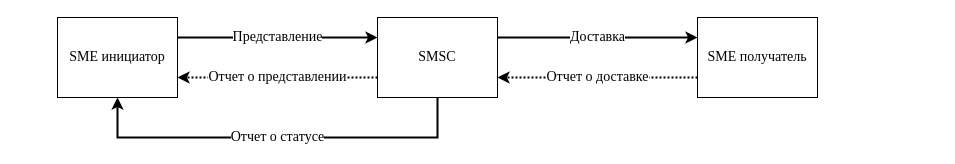
PavelKozlov1983/PavelKozlov1983 keeps this draw.io diagram as этапы передачи смс.drawio. Above is the earlier version. Source tidied: cells renumbered, new cells numbered last; positions are measured from the earlier drawing's top-left corner, leaving out a move shared by most shapes. Both pictures are drawn from the tidied source at 100%, with x=0, y=0 at pixel (57, 17).
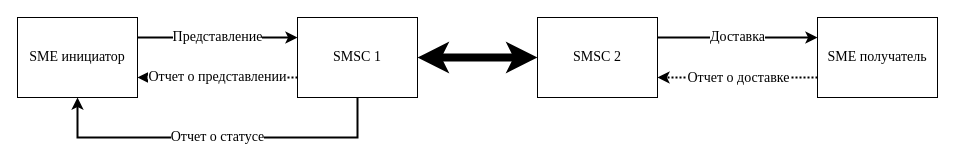
The same diagram, later.

Change to the diagram source:
```diff
@@
 <mxGraphModel>
   <root>
     <mxCell id="0" />
     <mxCell id="1" parent="0" />
     <mxCell id="2" value="SME инициатор" style="rounded=0;whiteSpace=wrap;html=1;fontFamily=Times New Roman;fontSize=14;" parent="1" vertex="1">
-      <mxGeometry width="120" height="80" as="geometry" />
+      <mxGeometry x="-40" width="120" height="80" as="geometry" />
     </mxCell>
     <mxCell id="3" value="Отчет о представлении" style="edgeStyle=orthogonalEdgeStyle;rounded=0;jettySize=auto;html=1;exitX=0;exitY=0.75;exitDx=0;exitDy=0;entryX=1;entryY=0.75;entryDx=0;entryDy=0;strokeWidth=2;fontFamily=Times New Roman;fontSize=14;dashed=1;dashPattern=1 1;" parent="1" edge="1" source="5" target="2">
       <mxGeometry relative="1" as="geometry" />
     </mxCell>
     <mxCell id="4" value="Отчет о статусе" style="edgeStyle=orthogonalEdgeStyle;rounded=0;jettySize=auto;html=1;exitX=0.5;exitY=1;exitDx=0;exitDy=0;entryX=0.5;entryY=1;entryDx=0;entryDy=0;strokeWidth=2;fontFamily=Times New Roman;fontSize=14;" parent="1" edge="1" source="5" target="2">
       <mxGeometry relative="1" as="geometry">
         <Array as="points">
-          <mxPoint x="380" y="120" />
+          <mxPoint x="280" y="120" />
           <mxPoint x="60" y="120" />
         </Array>
       </mxGeometry>
     </mxCell>
-    <mxCell id="5" value="SMSC" style="rounded=0;whiteSpace=wrap;html=1;fontFamily=Times New Roman;fontSize=14;" parent="1" vertex="1">
-      <mxGeometry x="320" width="120" height="80" as="geometry" />
+    <mxCell id="5" value="SMSC 1" style="rounded=0;whiteSpace=wrap;html=1;fontFamily=Times New Roman;fontSize=14;" parent="1" vertex="1">
+      <mxGeometry x="240" width="120" height="80" as="geometry" />
     </mxCell>
-    <mxCell id="6" value="Отчет о доставке" style="edgeStyle=orthogonalEdgeStyle;rounded=0;jettySize=auto;html=1;exitX=0;exitY=0.75;exitDx=0;exitDy=0;entryX=1;entryY=0.75;entryDx=0;entryDy=0;dashed=1;dashPattern=1 1;strokeWidth=2;fontFamily=Times New Roman;fontSize=14;" parent="1" edge="1" source="7" target="5">
-      <mxGeometry relative="1" as="geometry" />
+    <mxCell id="6" value="Отчет о доставке" style="edgeStyle=orthogonalEdgeStyle;rounded=0;jettySize=auto;html=1;exitX=0;exitY=0.75;exitDx=0;exitDy=0;dashed=1;dashPattern=1 1;strokeWidth=2;fontFamily=Times New Roman;fontSize=14;" parent="1" edge="1" source="7">
+      <mxGeometry relative="1" as="geometry">
+        <mxPoint x="600" y="60" as="targetPoint" />
+      </mxGeometry>
     </mxCell>
     <mxCell id="7" value="SME получатель" style="rounded=0;whiteSpace=wrap;html=1;fontFamily=Times New Roman;fontSize=14;" parent="1" vertex="1">
-      <mxGeometry x="640" width="120" height="80" as="geometry" />
+      <mxGeometry x="760" width="120" height="80" as="geometry" />
     </mxCell>
     <mxCell id="8" value="Представление" style="endArrow=classic;html=1;rounded=0;strokeWidth=2;fontFamily=Times New Roman;fontSize=14;exitX=1;exitY=0.25;exitDx=0;exitDy=0;entryX=0;entryY=0.25;entryDx=0;entryDy=0;" parent="1" edge="1" source="2" target="5">
       <mxGeometry relative="1" as="geometry" />
     </mxCell>
-    <mxCell id="9" value="Доставка" style="endArrow=classic;html=1;rounded=0;strokeWidth=2;fontFamily=Times New Roman;fontSize=14;entryX=0;entryY=0.25;entryDx=0;entryDy=0;exitX=1;exitY=0.25;exitDx=0;exitDy=0;" parent="1" edge="1" source="5" target="7">
-      <mxGeometry relative="1" as="geometry" />
+    <mxCell id="9" value="Доставка" style="endArrow=classic;html=1;rounded=0;strokeWidth=2;fontFamily=Times New Roman;fontSize=14;entryX=0;entryY=0.25;entryDx=0;entryDy=0;" parent="1" edge="1" target="7">
+      <mxGeometry relative="1" as="geometry">
+        <mxPoint x="600" y="20" as="sourcePoint" />
+      </mxGeometry>
     </mxCell>
+    <mxCell id="10" value="SMSC 2" style="rounded=0;whiteSpace=wrap;html=1;fontFamily=Times New Roman;fontSize=14;" parent="1" vertex="1">
+      <mxGeometry x="480" width="120" height="80" as="geometry" />
+    </mxCell>
+    <mxCell id="11" style="endArrow=classic;startArrow=classic;html=1;rounded=0;entryX=0;entryY=0.5;entryDx=0;entryDy=0;exitX=1;exitY=0.5;exitDx=0;exitDy=0;strokeWidth=8;" parent="1" edge="1" source="5" target="10">
+      <mxGeometry relative="1" as="geometry" />
+    </mxCell>
   </root>
 </mxGraphModel>
```
